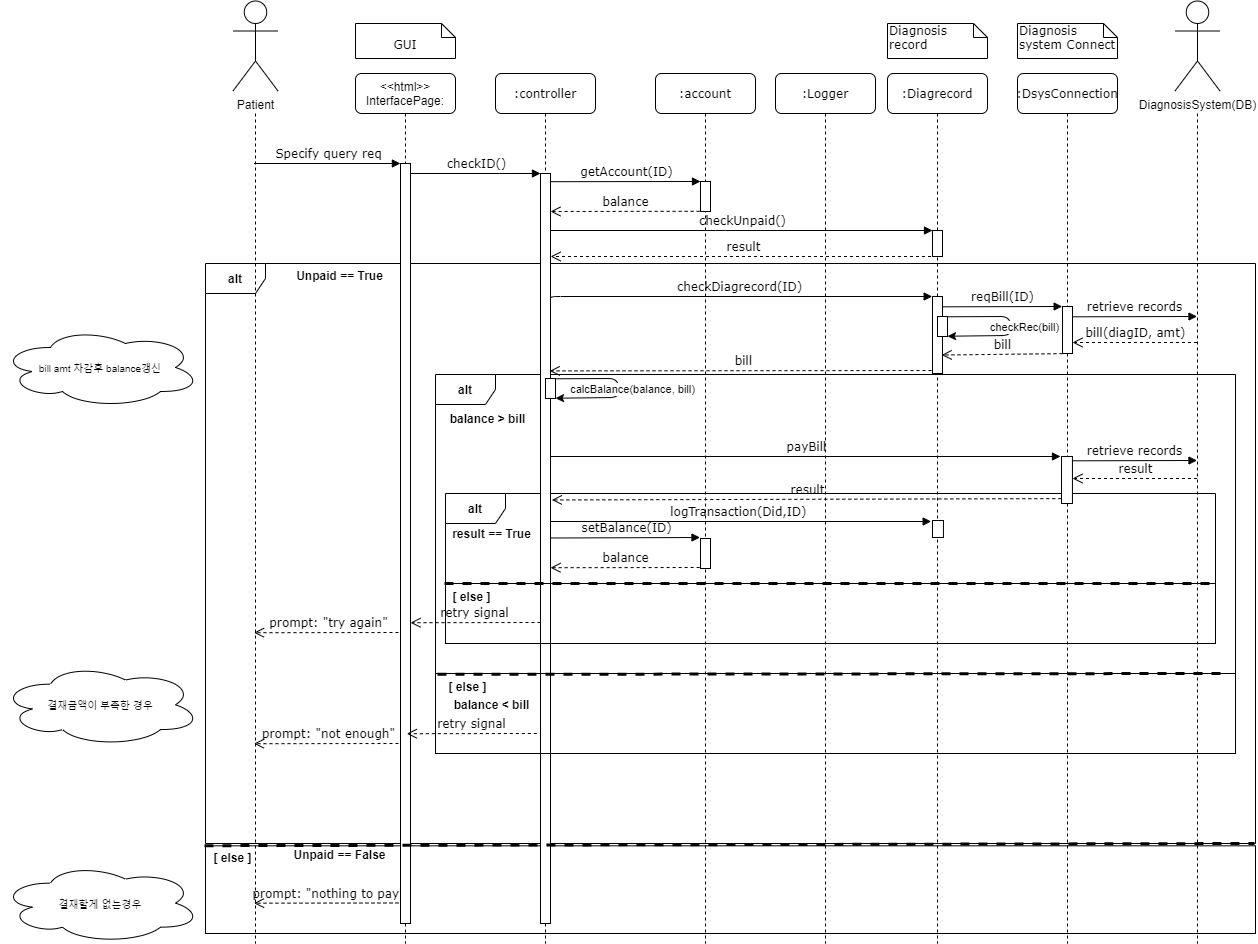
Above: patient/04.sequencediagram/UC4_sequence_diag.png in yhb1834/Smart-Health-Prediction-System (draw.io), before the change. Source tidied: cells renumbered, new cells last; positions are measured from the earlier drawing's top-left corner, leaving out a move shared by most shapes.
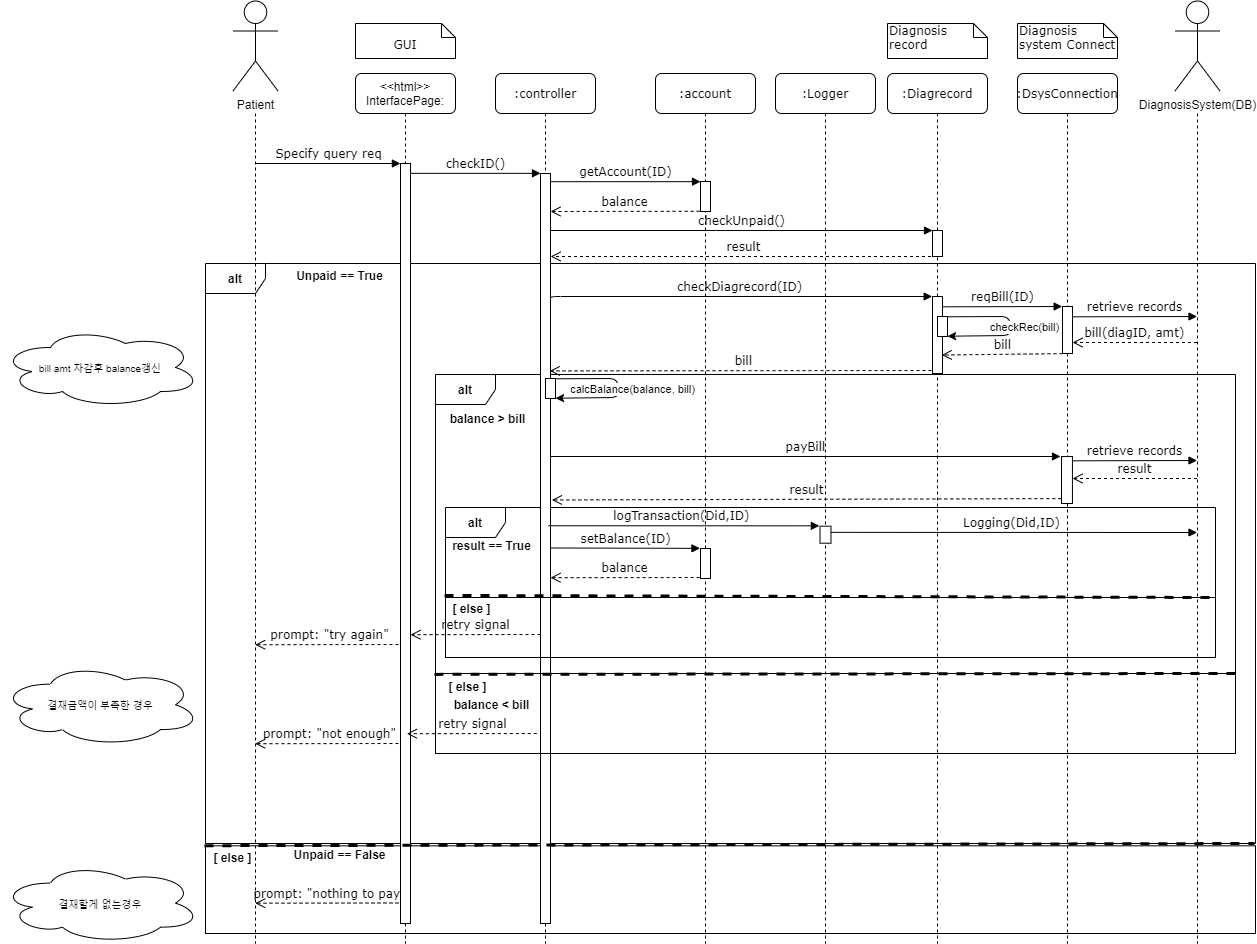
The same diagram one commit later.

Diff of the diagram source:
```diff
@@ -28,13 +28,14 @@
         </Array>
       </mxGeometry>
     </mxCell>
-    <mxCell id="6" value="prompt: &quot;try again&quot;" style="html=1;verticalAlign=bottom;endArrow=open;dashed=1;endSize=8;labelBackgroundColor=none;fontFamily=Verdana;fontSize=12;edgeStyle=elbowEdgeStyle;elbow=vertical;exitX=-0.087;exitY=0.993;exitDx=0;exitDy=0;exitPerimeter=0;" parent="1" edge="1" target="29">
+    <mxCell id="6" value="prompt: &quot;try again&quot;" style="html=1;verticalAlign=bottom;endArrow=open;dashed=1;endSize=8;labelBackgroundColor=none;fontFamily=Verdana;fontSize=12;edgeStyle=elbowEdgeStyle;elbow=vertical;exitX=-0.087;exitY=0.993;exitDx=0;exitDy=0;exitPerimeter=0;" parent="1" edge="1">
       <mxGeometry relative="1" as="geometry">
-        <mxPoint x="404" y="631" as="sourcePoint" />
+        <mxPoint x="404" y="643" as="sourcePoint" />
+        <mxPoint x="254.7" y="643.2" as="targetPoint" />
         <Array as="points">
-          <mxPoint x="358.9" y="631.2" />
-          <mxPoint x="333.9" y="631.2" />
-          <mxPoint x="363.9" y="631.2" />
+          <mxPoint x="358.9" y="643.2" />
+          <mxPoint x="333.9" y="643.2" />
+          <mxPoint x="363.9" y="643.2" />
         </Array>
       </mxGeometry>
     </mxCell>
@@ -42,7 +43,7 @@
       <mxGeometry x="435" y="373" width="800" height="299" as="geometry" />
     </mxCell>
     <mxCell id="8" value="&lt;b&gt;alt&lt;/b&gt;" style="shape=umlFrame;whiteSpace=wrap;html=1;" parent="1" vertex="1">
-      <mxGeometry x="445" y="492" width="770" height="90" as="geometry" />
+      <mxGeometry x="445" y="506" width="770" height="90" as="geometry" />
     </mxCell>
     <mxCell id="9" value="bill" style="html=1;verticalAlign=bottom;endArrow=open;dashed=1;endSize=8;labelBackgroundColor=none;fontFamily=Verdana;fontSize=12;entryX=0.922;entryY=0.53;entryDx=0;entryDy=0;entryPerimeter=0;" parent="1" edge="1">
       <mxGeometry relative="1" as="geometry">
@@ -70,12 +71,12 @@
     </mxCell>
     <mxCell id="16" value="setBalance(ID)" style="html=1;verticalAlign=bottom;endArrow=block;entryX=-0.051;entryY=-0.006;labelBackgroundColor=none;fontFamily=Verdana;fontSize=12;edgeStyle=elbowEdgeStyle;elbow=vertical;entryDx=0;entryDy=0;entryPerimeter=0;" parent="14" edge="1">
       <mxGeometry relative="1" as="geometry">
-        <mxPoint x="-105" y="464.5" as="sourcePoint" />
-        <mxPoint x="44.5" y="464.8" as="targetPoint" />
+        <mxPoint x="-105" y="474.5" as="sourcePoint" />
+        <mxPoint x="44.5" y="474.8" as="targetPoint" />
       </mxGeometry>
     </mxCell>
     <mxCell id="17" style="html=1;perimeter=orthogonalPerimeter;rounded=0;shadow=0;comic=0;labelBackgroundColor=none;strokeWidth=1;fontFamily=Verdana;fontSize=12;align=center;" parent="14" vertex="1">
-      <mxGeometry x="45" y="465" width="10" height="30" as="geometry" />
+      <mxGeometry x="45" y="475" width="10" height="30" as="geometry" />
     </mxCell>
     <mxCell id="18" value=":Diagrecord" style="shape=umlLifeline;perimeter=lifelinePerimeter;whiteSpace=wrap;html=1;outlineConnect=0;rounded=1;shadow=0;comic=0;labelBackgroundColor=none;strokeWidth=1;fontFamily=Verdana;fontSize=12;align=center;" parent="1" vertex="1">
       <mxGeometry x="887" y="72" width="100" height="870" as="geometry" />
@@ -83,9 +84,6 @@
     <mxCell id="19" style="html=1;perimeter=orthogonalPerimeter;rounded=0;shadow=0;comic=0;labelBackgroundColor=none;strokeWidth=1;fontFamily=Verdana;fontSize=12;align=center;" parent="18" vertex="1">
       <mxGeometry x="45" y="157" width="10" height="26" as="geometry" />
     </mxCell>
-    <mxCell id="20" style="html=1;perimeter=orthogonalPerimeter;rounded=0;shadow=0;comic=0;labelBackgroundColor=none;strokeWidth=1;fontFamily=Verdana;fontSize=12;align=center;" parent="18" vertex="1">
-      <mxGeometry x="45" y="447" width="10.9" height="17" as="geometry" />
-    </mxCell>
     <mxCell id="21" value="&lt;font face=&quot;Helvetica&quot;&gt;&amp;lt;&amp;lt;html&amp;gt;&amp;gt;&lt;br&gt;InterfacePage:&lt;/font&gt;" style="shape=umlLifeline;perimeter=lifelinePerimeter;whiteSpace=wrap;html=1;rounded=1;shadow=0;comic=0;labelBackgroundColor=none;strokeWidth=1;fontFamily=Verdana;fontSize=12;align=center;" parent="1" vertex="1">
       <mxGeometry x="355" y="72" width="100" height="870" as="geometry" />
     </mxCell>
@@ -278,13 +276,10 @@
     <mxCell id="57" value="Unpaid == True" style="text;html=1;strokeColor=none;fillColor=none;align=center;verticalAlign=middle;whiteSpace=wrap;rounded=0;fontStyle=1;" parent="1" vertex="1">
       <mxGeometry x="292.5" y="263.1" width="93" height="22.6" as="geometry" />
     </mxCell>
-    <mxCell id="58" value="logTransaction(Did,ID)&amp;nbsp;" style="html=1;verticalAlign=bottom;endArrow=block;labelBackgroundColor=none;fontFamily=Verdana;fontSize=12;edgeStyle=elbowEdgeStyle;elbow=vertical;entryX=-0.033;entryY=0.004;entryDx=0;entryDy=0;entryPerimeter=0;" parent="1" edge="1">
-      <mxGeometry x="-50" y="289" as="geometry">
-        <mxPoint x="550" y="520" as="sourcePoint" />
-        <mxPoint x="930.7" y="520.3" as="targetPoint" />
-        <Array as="points">
-          <mxPoint x="744" y="520" />
-        </Array>
+    <mxCell id="58" value="logTransaction(Did,ID)&amp;nbsp;" style="html=1;verticalAlign=bottom;endArrow=block;labelBackgroundColor=none;fontFamily=Verdana;fontSize=12;edgeStyle=elbowEdgeStyle;elbow=vertical;entryX=0.122;entryY=0.311;entryDx=0;entryDy=0;entryPerimeter=0;exitX=1;exitY=0.471;exitDx=0;exitDy=0;exitPerimeter=0;" parent="1" edge="1">
+      <mxGeometry x="-52" y="288" as="geometry">
+        <mxPoint x="548" y="524.2" as="sourcePoint" />
+        <mxPoint x="818.9" y="524" as="targetPoint" />
       </mxGeometry>
     </mxCell>
     <mxCell id="59" style="endArrow=none;dashed=1;html=1;strokeWidth=3;entryX=0.999;entryY=0.997;entryDx=0;entryDy=0;entryPerimeter=0;exitX=-0.001;exitY=1.002;exitDx=0;exitDy=0;exitPerimeter=0;" parent="1" edge="1">
@@ -297,16 +292,15 @@
       <mxGeometry x="441" y="406" width="93" height="22.6" as="geometry" />
     </mxCell>
     <mxCell id="61" value="result == True" style="text;html=1;strokeColor=none;fillColor=none;align=center;verticalAlign=middle;whiteSpace=wrap;rounded=0;fontStyle=1;" parent="1" vertex="1">
-      <mxGeometry x="445" y="520.7" width="93" height="22.6" as="geometry" />
+      <mxGeometry x="445" y="532.7" width="93" height="22.6" as="geometry" />
     </mxCell>
-    <mxCell id="62" style="endArrow=none;dashed=1;html=1;strokeWidth=3;entryX=-0.001;entryY=1.004;entryDx=0;entryDy=0;entryPerimeter=0;exitX=1;exitY=0.998;exitDx=0;exitDy=0;exitPerimeter=0;" parent="1" edge="1">
+    <mxCell id="62" style="endArrow=none;dashed=1;html=1;strokeWidth=3;entryX=-0.001;entryY=1.004;entryDx=0;entryDy=0;entryPerimeter=0;exitX=1;exitY=0;exitDx=0;exitDy=0;" parent="1" edge="1" source="70">
       <mxGeometry relative="1" as="geometry">
-        <mxPoint x="1220" y="672" as="sourcePoint" />
         <mxPoint x="430" y="672.9" as="targetPoint" />
       </mxGeometry>
     </mxCell>
     <mxCell id="63" style="rounded=0;whiteSpace=wrap;html=1;fillColor=none;" parent="1" vertex="1">
-      <mxGeometry x="445" y="582" width="770" height="60" as="geometry" />
+      <mxGeometry x="445" y="596" width="770" height="60" as="geometry" />
     </mxCell>
     <mxCell id="64" value="&lt;b&gt;[ else ]&lt;/b&gt;" style="text;html=1;strokeColor=none;fillColor=none;align=center;verticalAlign=middle;whiteSpace=wrap;rounded=0;" parent="1" vertex="1">
       <mxGeometry x="205" y="843.3" width="54.7" height="25" as="geometry" />
@@ -315,32 +309,30 @@
       <mxGeometry x="281.6" y="845" width="114.8" height="16.7" as="geometry" />
     </mxCell>
     <mxCell id="66" value="&lt;b&gt;[ else ]&lt;/b&gt;" style="text;html=1;strokeColor=none;fillColor=none;align=center;verticalAlign=middle;whiteSpace=wrap;rounded=0;" parent="1" vertex="1">
-      <mxGeometry x="444" y="582" width="54.7" height="25" as="geometry" />
+      <mxGeometry x="444" y="594" width="54.7" height="25" as="geometry" />
     </mxCell>
     <mxCell id="67" value="balance" style="html=1;verticalAlign=bottom;endArrow=open;dashed=1;endSize=8;labelBackgroundColor=none;fontFamily=Verdana;fontSize=12;edgeStyle=elbowEdgeStyle;elbow=vertical;exitX=-0.087;exitY=0.993;exitDx=0;exitDy=0;exitPerimeter=0;" parent="1" edge="1">
       <mxGeometry relative="1" as="geometry">
-        <mxPoint x="699.1" y="566" as="sourcePoint" />
-        <mxPoint x="550" y="566.2" as="targetPoint" />
+        <mxPoint x="699.1" y="576" as="sourcePoint" />
+        <mxPoint x="550" y="576.2" as="targetPoint" />
         <Array as="points">
-          <mxPoint x="654" y="566.2" />
-          <mxPoint x="629" y="566.2" />
-          <mxPoint x="659" y="566.2" />
+          <mxPoint x="654" y="576.2" />
+          <mxPoint x="629" y="576.2" />
+          <mxPoint x="659" y="576.2" />
         </Array>
       </mxGeometry>
     </mxCell>
-    <mxCell id="68" style="endArrow=none;dashed=1;html=1;strokeWidth=3;exitX=0;exitY=0;exitDx=0;exitDy=0;entryX=1;entryY=0;entryDx=0;entryDy=0;" parent="1" edge="1" target="63">
-      <mxGeometry relative="1" as="geometry">
-        <mxPoint x="444" y="582" as="sourcePoint" />
-      </mxGeometry>
+    <mxCell id="68" style="endArrow=none;dashed=1;html=1;strokeWidth=3;exitX=0;exitY=0;exitDx=0;exitDy=0;entryX=1;entryY=0;entryDx=0;entryDy=0;" parent="1" edge="1" source="66" target="63">
+      <mxGeometry relative="1" as="geometry" />
     </mxCell>
     <mxCell id="69" value="retry signal" style="html=1;verticalAlign=bottom;endArrow=open;dashed=1;endSize=8;labelBackgroundColor=none;fontFamily=Verdana;fontSize=12;edgeStyle=elbowEdgeStyle;elbow=vertical;exitX=-0.087;exitY=0.993;exitDx=0;exitDy=0;exitPerimeter=0;" parent="1" edge="1">
       <mxGeometry relative="1" as="geometry">
-        <mxPoint x="540" y="621" as="sourcePoint" />
-        <mxPoint x="410" y="621" as="targetPoint" />
+        <mxPoint x="540" y="633" as="sourcePoint" />
+        <mxPoint x="410" y="633" as="targetPoint" />
         <Array as="points">
-          <mxPoint x="494.9" y="621.2" />
-          <mxPoint x="469.9" y="621.2" />
-          <mxPoint x="499.9" y="621.2" />
+          <mxPoint x="494.9" y="633.2" />
+          <mxPoint x="469.9" y="633.2" />
+          <mxPoint x="499.9" y="633.2" />
         </Array>
       </mxGeometry>
     </mxCell>
@@ -364,5 +356,14 @@
         </Array>
       </mxGeometry>
     </mxCell>
+    <mxCell id="20" style="html=1;perimeter=orthogonalPerimeter;rounded=0;shadow=0;comic=0;labelBackgroundColor=none;strokeWidth=1;fontFamily=Verdana;fontSize=12;align=center;" parent="1" vertex="1">
+      <mxGeometry x="819.5" y="524.7" width="10.9" height="17" as="geometry" />
+    </mxCell>
+    <mxCell id="74" value="Logging(Did,ID)&amp;nbsp;" style="html=1;verticalAlign=bottom;endArrow=block;labelBackgroundColor=none;fontFamily=Verdana;fontSize=12;edgeStyle=elbowEdgeStyle;elbow=vertical;exitX=1;exitY=0.471;exitDx=0;exitDy=0;exitPerimeter=0;" parent="1" edge="1">
+      <mxGeometry x="230.5" y="294.6" as="geometry">
+        <mxPoint x="830.5" y="530.9" as="sourcePoint" />
+        <mxPoint x="1196.5" y="530.8" as="targetPoint" />
+      </mxGeometry>
+    </mxCell>
   </root>
 </mxGraphModel>
```
